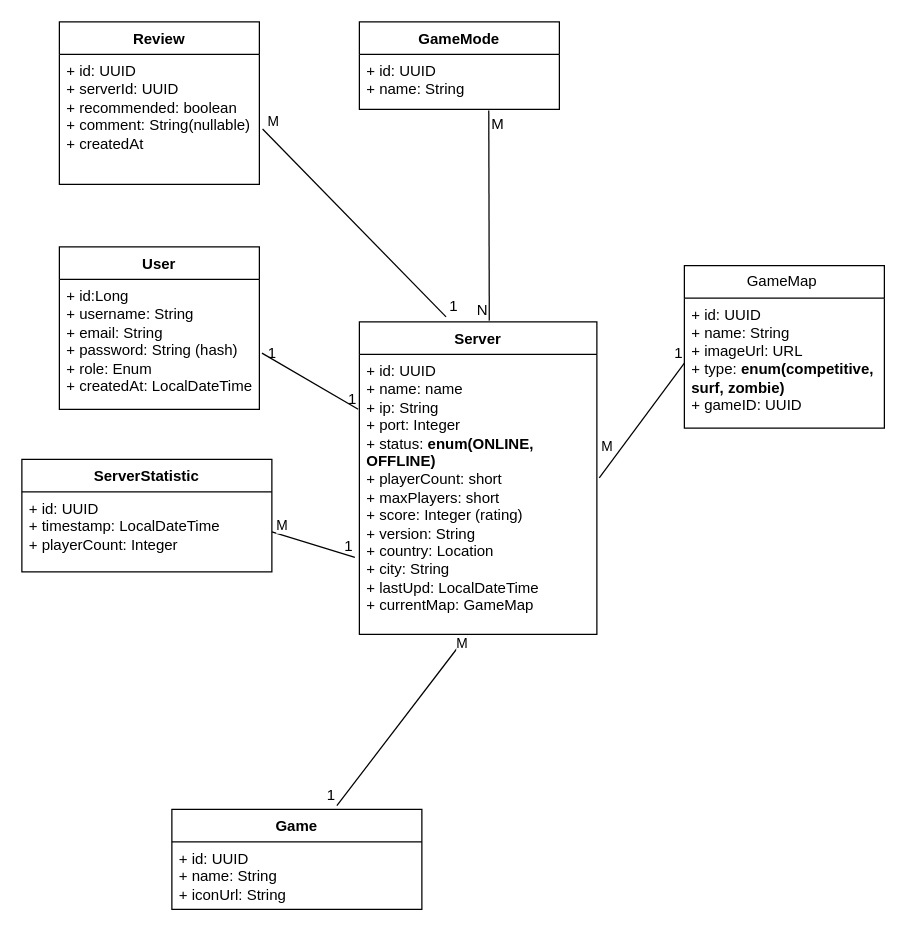
Above: diagrams/ERD/entityRelationshipUML.drawio in Lytiy74/ServerPulse (draw.io), before the change. Source tidied: cells renumbered, new cells numbered last; positions are measured from the earlier drawing's top-left corner, leaving out a move shared by most shapes. Both pictures are drawn from the tidied source at 125%, with x=0, y=0 at pixel (21, 21).
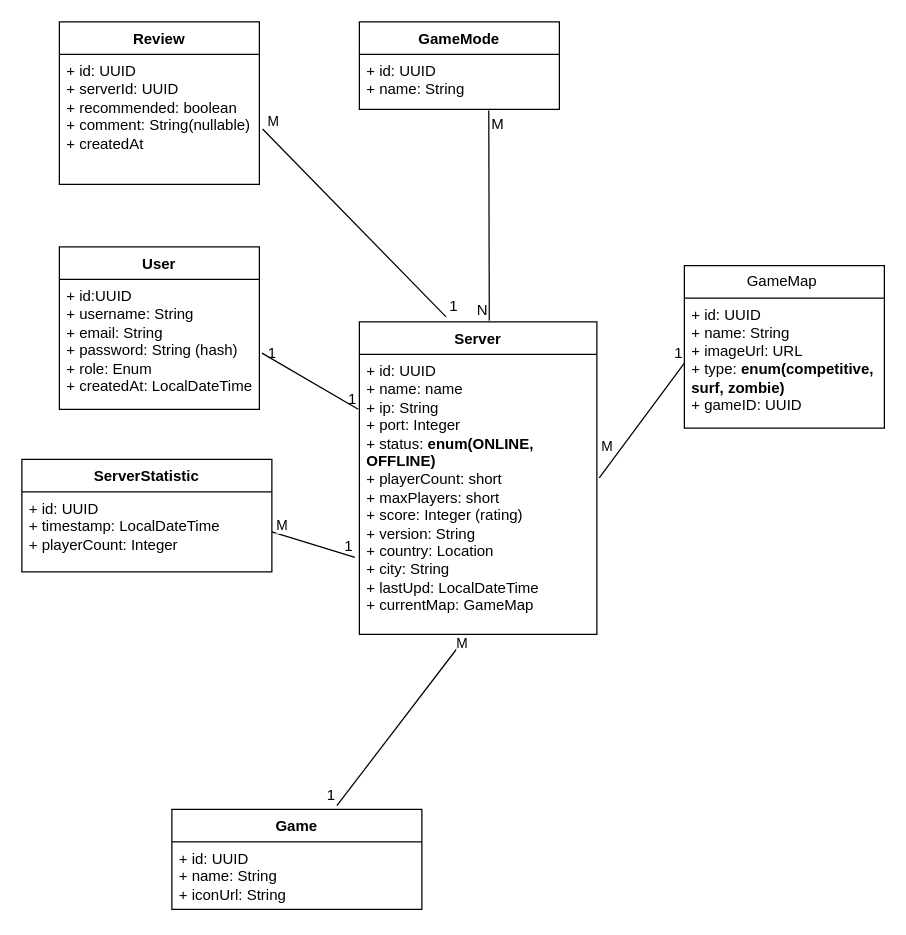
The same page after the edit.

Commit message:
change id type to UUID in User

The change refers to these unchanged cells:
```xml
<mxCell id="2" value="User" style="swimlane;fontStyle=1;align=center;verticalAlign=top;horizontal=1;startSize=26;whiteSpace=wrap;html=1;" parent="1" vertex="1">
  <mxGeometry x="30" y="180" width="160" height="130" as="geometry" />
</mxCell>
```

Change to the diagram source:
```diff
@@
-    <mxCell id="3" value="+ id:Long&lt;div&gt;+ username: String&lt;/div&gt;&lt;div&gt;+ email: String&lt;/div&gt;&lt;div&gt;+ password: String (hash)&lt;/div&gt;&lt;div&gt;+ role: Enum&lt;/div&gt;&lt;div&gt;+ createdAt: LocalDateTime&lt;/div&gt;&lt;div&gt;&lt;br&gt;&lt;/div&gt;" style="text;strokeColor=none;fillColor=none;align=left;verticalAlign=top;spacingLeft=4;spacingRight=4;overflow=hidden;points=[[0,0.5],[1,0.5]];portConstraint=eastwest;whiteSpace=wrap;html=1;" parent="2" vertex="1">
+    <mxCell id="3" value="+ id:UUID&lt;div&gt;+ username: String&lt;/div&gt;&lt;div&gt;+ email: String&lt;/div&gt;&lt;div&gt;+ password: String (hash)&lt;/div&gt;&lt;div&gt;+ role: Enum&lt;/div&gt;&lt;div&gt;+ createdAt: LocalDateTime&lt;/div&gt;&lt;div&gt;&lt;br&gt;&lt;/div&gt;" style="text;strokeColor=none;fillColor=none;align=left;verticalAlign=top;spacingLeft=4;spacingRight=4;overflow=hidden;points=[[0,0.5],[1,0.5]];portConstraint=eastwest;whiteSpace=wrap;html=1;" parent="2" vertex="1">
       <mxGeometry y="26" width="160" height="104" as="geometry" />
     </mxCell>
```
